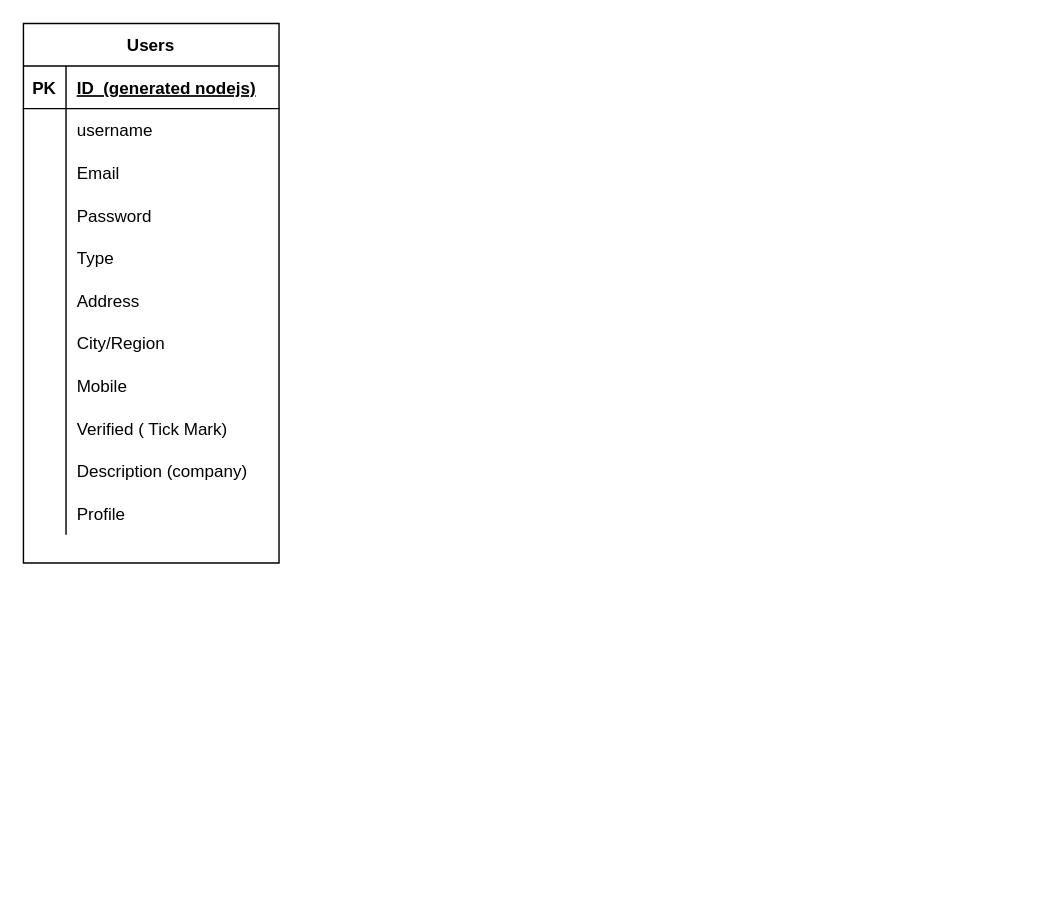
Above: server/data/diagram/jobfinderDb Diagram.drawio in ENG-CJ/Job-Finder-App (draw.io), before the change. Source tidied: cells renumbered, new cells numbered last; positions are measured from the earlier drawing's top-left corner, leaving out a move shared by most shapes. Both pictures are drawn from the tidied source at 142%, with x=0, y=0 at pixel (23, 23).
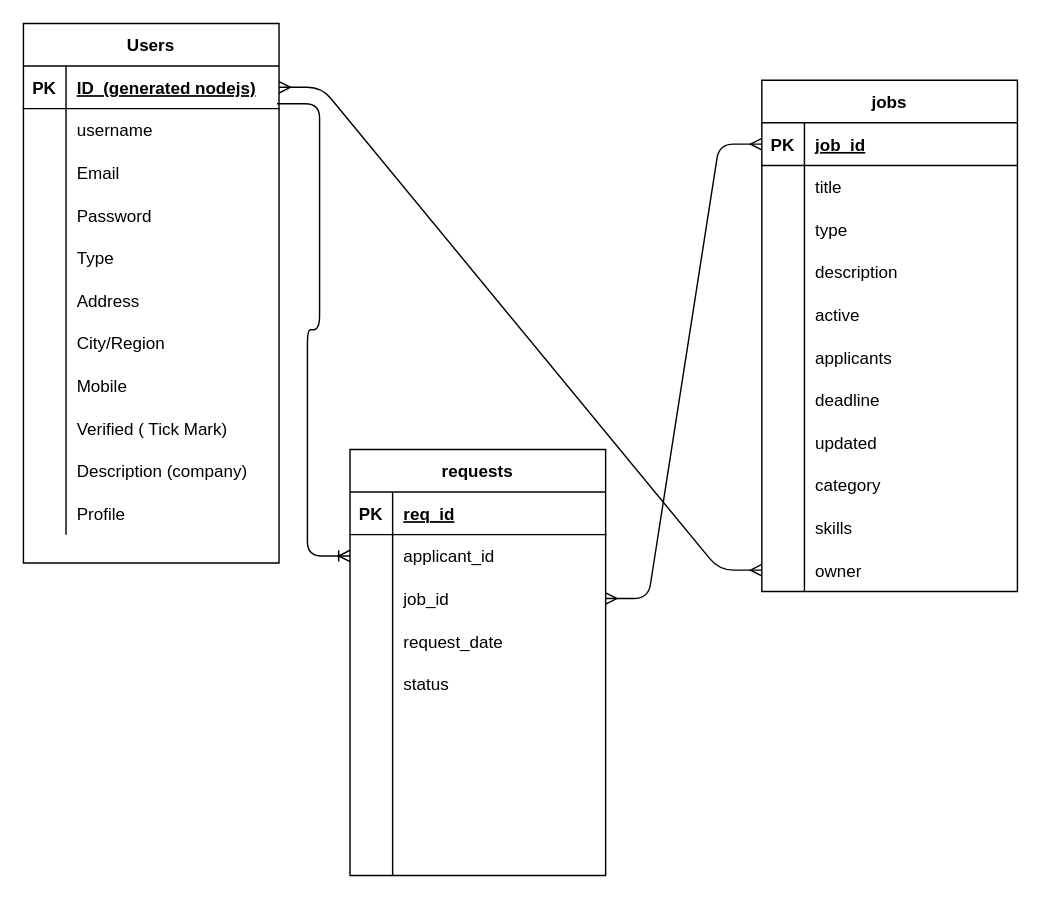
Above is the later version.

Unchanged cells that the change refers to:
```xml
<mxCell id="3" style="shape=partialRectangle;fillColor=none;top=0;left=0;bottom=1;right=0;points=[[0,0.5],[1,0.5]];portConstraint=eastwest;" parent="2" vertex="1">
  <mxGeometry y="30" width="180" height="30" as="geometry" />
</mxCell>
<mxCell id="6" style="shape=partialRectangle;fillColor=none;top=0;left=0;bottom=0;right=0;points=[[0,0.5],[1,0.5]];portConstraint=eastwest;" parent="2" vertex="1">
  <mxGeometry y="60" width="180" height="30" as="geometry" />
</mxCell>
```

Diff of the diagram source:
```diff
@@
+    <mxCell id="36" value="jobs" style="shape=table;startSize=30;childLayout=tableLayout;rowLines=0;fontStyle=1;align=center;" parent="1" vertex="1">
+      <mxGeometry x="520" y="40" width="180" height="360" as="geometry" />
+    </mxCell>
+    <mxCell id="37" style="shape=partialRectangle;fillColor=none;top=0;left=0;bottom=1;right=0;points=[[0,0.5],[1,0.5]];portConstraint=eastwest;" parent="36" vertex="1">
+      <mxGeometry y="30" width="180" height="30" as="geometry" />
+    </mxCell>
+    <mxCell id="38" value="PK" style="shape=partialRectangle;fillColor=none;top=0;left=0;bottom=0;right=0;fontStyle=1;overflow=hidden;" parent="37" vertex="1">
+      <mxGeometry width="30" height="30" as="geometry" />
+    </mxCell>
+    <mxCell id="39" value="job_id" style="shape=partialRectangle;fillColor=none;top=0;left=0;bottom=0;right=0;align=left;spacingLeft=6;fontStyle=5;overflow=hidden;" parent="37" vertex="1">
+      <mxGeometry x="30" width="150" height="30" as="geometry" />
+    </mxCell>
+    <mxCell id="40" style="shape=partialRectangle;fillColor=none;top=0;left=0;bottom=0;right=0;" parent="36" vertex="1">
+      <mxGeometry y="60" width="180" height="30" as="geometry" />
+    </mxCell>
+    <mxCell id="41" style="shape=partialRectangle;fillColor=none;top=0;left=0;bottom=0;right=0;overflow=hidden;" parent="40" vertex="1">
+      <mxGeometry width="30" height="30" as="geometry" />
+    </mxCell>
+    <mxCell id="42" value="title" style="shape=partialRectangle;fillColor=none;top=0;left=0;bottom=0;right=0;align=left;spacingLeft=6;overflow=hidden;" parent="40" vertex="1">
+      <mxGeometry x="30" width="150" height="30" as="geometry" />
+    </mxCell>
+    <mxCell id="43" style="shape=partialRectangle;fillColor=none;top=0;left=0;bottom=0;right=0;" parent="36" vertex="1">
+      <mxGeometry y="90" width="180" height="30" as="geometry" />
+    </mxCell>
+    <mxCell id="44" style="shape=partialRectangle;fillColor=none;top=0;left=0;bottom=0;right=0;overflow=hidden;" parent="43" vertex="1">
+      <mxGeometry width="30" height="30" as="geometry" />
+    </mxCell>
+    <mxCell id="45" value="type" style="shape=partialRectangle;fillColor=none;top=0;left=0;bottom=0;right=0;align=left;spacingLeft=6;overflow=hidden;" parent="43" vertex="1">
+      <mxGeometry x="30" width="150" height="30" as="geometry" />
+    </mxCell>
+    <mxCell id="46" style="shape=partialRectangle;fillColor=none;top=0;left=0;bottom=0;right=0;" parent="36" vertex="1">
+      <mxGeometry y="120" width="180" height="30" as="geometry" />
+    </mxCell>
+    <mxCell id="47" style="shape=partialRectangle;fillColor=none;top=0;left=0;bottom=0;right=0;overflow=hidden;" parent="46" vertex="1">
+      <mxGeometry width="30" height="30" as="geometry" />
+    </mxCell>
+    <mxCell id="48" value="description" style="shape=partialRectangle;fillColor=none;top=0;left=0;bottom=0;right=0;align=left;spacingLeft=6;overflow=hidden;" parent="46" vertex="1">
+      <mxGeometry x="30" width="150" height="30" as="geometry" />
+    </mxCell>
+    <mxCell id="49" style="shape=partialRectangle;fillColor=none;top=0;left=0;bottom=0;right=0;" parent="36" vertex="1">
+      <mxGeometry y="150" width="180" height="30" as="geometry" />
+    </mxCell>
+    <mxCell id="50" style="shape=partialRectangle;fillColor=none;top=0;left=0;bottom=0;right=0;overflow=hidden;" parent="49" vertex="1">
+      <mxGeometry width="30" height="30" as="geometry" />
+    </mxCell>
+    <mxCell id="51" value="active" style="shape=partialRectangle;fillColor=none;top=0;left=0;bottom=0;right=0;align=left;spacingLeft=6;overflow=hidden;" parent="49" vertex="1">
+      <mxGeometry x="30" width="150" height="30" as="geometry" />
+    </mxCell>
+    <mxCell id="52" style="shape=partialRectangle;fillColor=none;top=0;left=0;bottom=0;right=0;" parent="36" vertex="1">
+      <mxGeometry y="180" width="180" height="30" as="geometry" />
+    </mxCell>
+    <mxCell id="53" style="shape=partialRectangle;fillColor=none;top=0;left=0;bottom=0;right=0;overflow=hidden;" parent="52" vertex="1">
+      <mxGeometry width="30" height="30" as="geometry" />
+    </mxCell>
+    <mxCell id="54" value="applicants" style="shape=partialRectangle;fillColor=none;top=0;left=0;bottom=0;right=0;align=left;spacingLeft=6;overflow=hidden;" parent="52" vertex="1">
+      <mxGeometry x="30" width="150" height="30" as="geometry" />
+    </mxCell>
+    <mxCell id="55" style="shape=partialRectangle;fillColor=none;top=0;left=0;bottom=0;right=0;" parent="36" vertex="1">
+      <mxGeometry y="210" width="180" height="30" as="geometry" />
+    </mxCell>
+    <mxCell id="56" style="shape=partialRectangle;fillColor=none;top=0;left=0;bottom=0;right=0;overflow=hidden;" parent="55" vertex="1">
+      <mxGeometry width="30" height="30" as="geometry" />
+    </mxCell>
+    <mxCell id="57" value="deadline" style="shape=partialRectangle;fillColor=none;top=0;left=0;bottom=0;right=0;align=left;spacingLeft=6;overflow=hidden;" parent="55" vertex="1">
+      <mxGeometry x="30" width="150" height="30" as="geometry" />
+    </mxCell>
+    <mxCell id="58" style="shape=partialRectangle;fillColor=none;top=0;left=0;bottom=0;right=0;" parent="36" vertex="1">
+      <mxGeometry y="240" width="180" height="30" as="geometry" />
+    </mxCell>
+    <mxCell id="59" style="shape=partialRectangle;fillColor=none;top=0;left=0;bottom=0;right=0;overflow=hidden;" parent="58" vertex="1">
+      <mxGeometry width="30" height="30" as="geometry" />
+    </mxCell>
+    <mxCell id="60" value="updated" style="shape=partialRectangle;fillColor=none;top=0;left=0;bottom=0;right=0;align=left;spacingLeft=6;overflow=hidden;" parent="58" vertex="1">
+      <mxGeometry x="30" width="150" height="30" as="geometry" />
+    </mxCell>
+    <mxCell id="61" style="shape=partialRectangle;fillColor=none;top=0;left=0;bottom=0;right=0;" parent="36" vertex="1">
+      <mxGeometry y="270" width="180" height="30" as="geometry" />
+    </mxCell>
+    <mxCell id="62" style="shape=partialRectangle;fillColor=none;top=0;left=0;bottom=0;right=0;overflow=hidden;" parent="61" vertex="1">
+      <mxGeometry width="30" height="30" as="geometry" />
+    </mxCell>
+    <mxCell id="63" value="category" style="shape=partialRectangle;fillColor=none;top=0;left=0;bottom=0;right=0;align=left;spacingLeft=6;overflow=hidden;" parent="61" vertex="1">
+      <mxGeometry x="30" width="150" height="30" as="geometry" />
+    </mxCell>
+    <mxCell id="64" style="shape=partialRectangle;fillColor=none;top=0;left=0;bottom=0;right=0;" parent="36" vertex="1">
+      <mxGeometry y="300" width="180" height="30" as="geometry" />
+    </mxCell>
+    <mxCell id="65" style="shape=partialRectangle;fillColor=none;top=0;left=0;bottom=0;right=0;overflow=hidden;" parent="64" vertex="1">
+      <mxGeometry width="30" height="30" as="geometry" />
+    </mxCell>
+    <mxCell id="66" value="skills" style="shape=partialRectangle;fillColor=none;top=0;left=0;bottom=0;right=0;align=left;spacingLeft=6;overflow=hidden;" parent="64" vertex="1">
+      <mxGeometry x="30" width="150" height="30" as="geometry" />
+    </mxCell>
+    <mxCell id="67" style="shape=partialRectangle;fillColor=none;top=0;left=0;bottom=0;right=0;points=[[0,0.5],[1,0.5]];portConstraint=eastwest;" parent="36" vertex="1">
+      <mxGeometry y="330" width="180" height="30" as="geometry" />
+    </mxCell>
+    <mxCell id="68" style="shape=partialRectangle;fillColor=none;top=0;left=0;bottom=0;right=0;overflow=hidden;" parent="67" vertex="1">
+      <mxGeometry width="30" height="30" as="geometry" />
+    </mxCell>
+    <mxCell id="69" value="owner" style="shape=partialRectangle;fillColor=none;top=0;left=0;bottom=0;right=0;align=left;spacingLeft=6;overflow=hidden;" parent="67" vertex="1">
+      <mxGeometry x="30" width="150" height="30" as="geometry" />
+    </mxCell>
+    <mxCell id="70" style="edgeStyle=entityRelationEdgeStyle;fontSize=12;html=1;endArrow=ERmany;startArrow=ERmany;exitX=1;exitY=0.5;exitDx=0;exitDy=0;entryX=0;entryY=0.5;entryDx=0;entryDy=0;" parent="1" edge="1" source="3" target="67">
+      <mxGeometry relative="1" as="geometry" />
+    </mxCell>
+    <mxCell id="71" value="requests" style="shape=table;startSize=30;childLayout=tableLayout;rowLines=0;fontStyle=1;align=center;" parent="1" vertex="1">
+      <mxGeometry x="230" y="300" width="180" height="300" as="geometry" />
+    </mxCell>
+    <mxCell id="72" style="shape=partialRectangle;fillColor=none;top=0;left=0;bottom=1;right=0;" parent="71" vertex="1">
+      <mxGeometry y="30" width="180" height="30" as="geometry" />
+    </mxCell>
+    <mxCell id="73" value="PK" style="shape=partialRectangle;fillColor=none;top=0;left=0;bottom=0;right=0;fontStyle=1;overflow=hidden;" parent="72" vertex="1">
+      <mxGeometry width="30" height="30" as="geometry" />
+    </mxCell>
+    <mxCell id="74" value="req_id" style="shape=partialRectangle;fillColor=none;top=0;left=0;bottom=0;right=0;align=left;spacingLeft=6;fontStyle=5;overflow=hidden;" parent="72" vertex="1">
+      <mxGeometry x="30" width="150" height="30" as="geometry" />
+    </mxCell>
+    <mxCell id="75" style="shape=partialRectangle;fillColor=none;top=0;left=0;bottom=0;right=0;points=[[0,0.5],[1,0.5]];portConstraint=eastwest;" parent="71" vertex="1">
+      <mxGeometry y="60" width="180" height="30" as="geometry" />
+    </mxCell>
+    <mxCell id="76" style="shape=partialRectangle;fillColor=none;top=0;left=0;bottom=0;right=0;overflow=hidden;" parent="75" vertex="1">
+      <mxGeometry width="30" height="30" as="geometry" />
+    </mxCell>
+    <mxCell id="77" value="applicant_id" style="shape=partialRectangle;fillColor=none;top=0;left=0;bottom=0;right=0;align=left;spacingLeft=6;overflow=hidden;" parent="75" vertex="1">
+      <mxGeometry x="30" width="150" height="30" as="geometry" />
+    </mxCell>
+    <mxCell id="78" style="shape=partialRectangle;fillColor=none;top=0;left=0;bottom=0;right=0;points=[[0,0.5],[1,0.5]];portConstraint=eastwest;" parent="71" vertex="1">
+      <mxGeometry y="90" width="180" height="30" as="geometry" />
+    </mxCell>
+    <mxCell id="79" style="shape=partialRectangle;fillColor=none;top=0;left=0;bottom=0;right=0;overflow=hidden;" parent="78" vertex="1">
+      <mxGeometry width="30" height="30" as="geometry" />
+    </mxCell>
+    <mxCell id="80" value="job_id" style="shape=partialRectangle;fillColor=none;top=0;left=0;bottom=0;right=0;align=left;spacingLeft=6;overflow=hidden;" parent="78" vertex="1">
+      <mxGeometry x="30" width="150" height="30" as="geometry" />
+    </mxCell>
+    <mxCell id="81" style="shape=partialRectangle;fillColor=none;top=0;left=0;bottom=0;right=0;" parent="71" vertex="1">
+      <mxGeometry y="120" width="180" height="30" as="geometry" />
+    </mxCell>
+    <mxCell id="82" style="shape=partialRectangle;fillColor=none;top=0;left=0;bottom=0;right=0;overflow=hidden;" parent="81" vertex="1">
+      <mxGeometry width="30" height="30" as="geometry" />
+    </mxCell>
+    <mxCell id="83" value="request_date" style="shape=partialRectangle;fillColor=none;top=0;left=0;bottom=0;right=0;align=left;spacingLeft=6;overflow=hidden;" parent="81" vertex="1">
+      <mxGeometry x="30" width="150" height="30" as="geometry" />
+    </mxCell>
+    <mxCell id="84" style="shape=partialRectangle;fillColor=none;top=0;left=0;bottom=0;right=0;" parent="71" vertex="1">
+      <mxGeometry y="150" width="180" height="30" as="geometry" />
+    </mxCell>
+    <mxCell id="85" style="shape=partialRectangle;fillColor=none;top=0;left=0;bottom=0;right=0;overflow=hidden;" parent="84" vertex="1">
+      <mxGeometry width="30" height="30" as="geometry" />
+    </mxCell>
+    <mxCell id="86" value="status" style="shape=partialRectangle;fillColor=none;top=0;left=0;bottom=0;right=0;align=left;spacingLeft=6;overflow=hidden;" parent="84" vertex="1">
+      <mxGeometry x="30" width="150" height="30" as="geometry" />
+    </mxCell>
+    <mxCell id="87" style="shape=partialRectangle;fillColor=none;top=0;left=0;bottom=0;right=0;" parent="71" vertex="1">
+      <mxGeometry y="180" width="180" height="30" as="geometry" />
+    </mxCell>
+    <mxCell id="88" style="shape=partialRectangle;fillColor=none;top=0;left=0;bottom=0;right=0;overflow=hidden;" parent="87" vertex="1">
+      <mxGeometry width="30" height="30" as="geometry" />
+    </mxCell>
+    <mxCell id="89" style="shape=partialRectangle;fillColor=none;top=0;left=0;bottom=0;right=0;align=left;spacingLeft=6;overflow=hidden;" parent="87" vertex="1">
+      <mxGeometry x="30" width="150" height="30" as="geometry" />
+    </mxCell>
+    <mxCell id="90" style="shape=partialRectangle;fillColor=none;top=0;left=0;bottom=0;right=0;" parent="71" vertex="1">
+      <mxGeometry y="210" width="180" height="30" as="geometry" />
+    </mxCell>
+    <mxCell id="91" style="shape=partialRectangle;fillColor=none;top=0;left=0;bottom=0;right=0;overflow=hidden;" parent="90" vertex="1">
+      <mxGeometry width="30" height="30" as="geometry" />
+    </mxCell>
+    <mxCell id="92" style="shape=partialRectangle;fillColor=none;top=0;left=0;bottom=0;right=0;align=left;spacingLeft=6;overflow=hidden;" parent="90" vertex="1">
+      <mxGeometry x="30" width="150" height="30" as="geometry" />
+    </mxCell>
+    <mxCell id="93" style="shape=partialRectangle;fillColor=none;top=0;left=0;bottom=0;right=0;" parent="71" vertex="1">
+      <mxGeometry y="240" width="180" height="30" as="geometry" />
+    </mxCell>
+    <mxCell id="94" style="shape=partialRectangle;fillColor=none;top=0;left=0;bottom=0;right=0;overflow=hidden;" parent="93" vertex="1">
+      <mxGeometry width="30" height="30" as="geometry" />
+    </mxCell>
+    <mxCell id="95" style="shape=partialRectangle;fillColor=none;top=0;left=0;bottom=0;right=0;align=left;spacingLeft=6;overflow=hidden;" parent="93" vertex="1">
+      <mxGeometry x="30" width="150" height="30" as="geometry" />
+    </mxCell>
+    <mxCell id="96" style="shape=partialRectangle;fillColor=none;top=0;left=0;bottom=0;right=0;" parent="71" vertex="1">
+      <mxGeometry y="270" width="180" height="30" as="geometry" />
+    </mxCell>
+    <mxCell id="97" style="shape=partialRectangle;fillColor=none;top=0;left=0;bottom=0;right=0;overflow=hidden;" parent="96" vertex="1">
+      <mxGeometry width="30" height="30" as="geometry" />
+    </mxCell>
+    <mxCell id="98" style="shape=partialRectangle;fillColor=none;top=0;left=0;bottom=0;right=0;align=left;spacingLeft=6;overflow=hidden;" parent="96" vertex="1">
+      <mxGeometry x="30" width="150" height="30" as="geometry" />
+    </mxCell>
+    <mxCell id="99" style="edgeStyle=entityRelationEdgeStyle;fontSize=12;html=1;endArrow=ERoneToMany;exitX=0.992;exitY=-0.116;exitDx=0;exitDy=0;exitPerimeter=0;entryX=0;entryY=0.5;entryDx=0;entryDy=0;" parent="1" edge="1" source="6" target="75">
+      <mxGeometry relative="1" as="geometry" />
+    </mxCell>
+    <mxCell id="100" style="edgeStyle=entityRelationEdgeStyle;fontSize=12;html=1;endArrow=ERmany;startArrow=ERmany;exitX=1;exitY=0.5;exitDx=0;exitDy=0;entryX=0;entryY=0.5;entryDx=0;entryDy=0;" parent="1" edge="1" source="78" target="37">
+      <mxGeometry relative="1" as="geometry" />
+    </mxCell>
```
